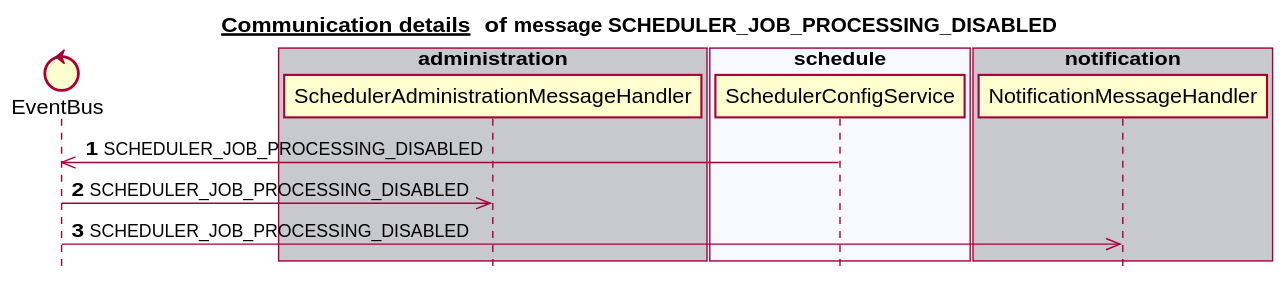
mercedes-benz/sechub keeps this PlantUML diagram as docs/latest/images/gen_domain_messaging_scheduler_job_processing_disabled.svg. Above is the earlier version. Source of this version:
```plantuml
@startuml


title __Communication details __ of **message SCHEDULER_JOB_PROCESSING_DISABLED**
skinparam style strictuml


control EventBus
box "administration" #C8C8CF
   participant SchedulerAdministrationMessageHandler
end box
box "schedule" #F8F8FF
   participant SchedulerConfigService
end box
box "authorization" #C8C8CF
end box
box "scan" #F8F8FF
end box
box "notification" #C8C8CF
   participant NotificationMessageHandler
end box
autonumber 1
SchedulerConfigService ->> EventBus:SCHEDULER_JOB_PROCESSING_DISABLED
EventBus ->> SchedulerAdministrationMessageHandler:SCHEDULER_JOB_PROCESSING_DISABLED
EventBus ->> NotificationMessageHandler:SCHEDULER_JOB_PROCESSING_DISABLED
autonumber stop


@enduml
```
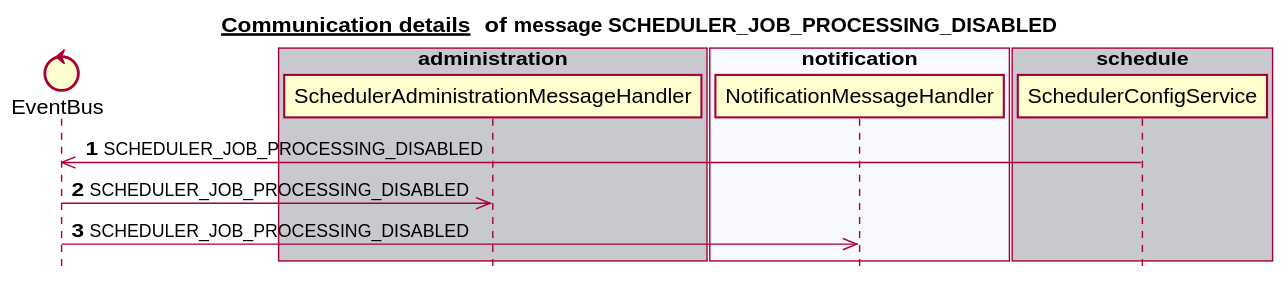
After the change.

What changed in the source:
```diff
@@ -6,18 +6,18 @@
 
 
 control EventBus
+box "scan" #C8C8CF
+end box
+box "authorization" #F8F8FF
+end box
 box "administration" #C8C8CF
    participant SchedulerAdministrationMessageHandler
 end box
-box "schedule" #F8F8FF
+box "notification" #F8F8FF
+   participant NotificationMessageHandler
+end box
+box "schedule" #C8C8CF
    participant SchedulerConfigService
-end box
-box "authorization" #C8C8CF
-end box
-box "scan" #F8F8FF
-end box
-box "notification" #C8C8CF
-   participant NotificationMessageHandler
 end box
 autonumber 1
 SchedulerConfigService ->> EventBus:SCHEDULER_JOB_PROCESSING_DISABLED
```
